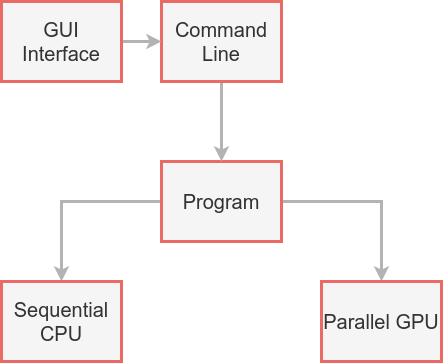
Before: materials/ProgressDiagram.png, a diagram exported from draw.io (chrishollandaise/parallel-n-body-simulation). Source tidied: cells renumbered, new cells last; positions are measured from the earlier drawing's top-left corner, leaving out a move shared by most shapes. The source it was exported from:
```xml
<mxGraphModel>
  <root>
    <mxCell id="0" />
    <mxCell id="1" parent="0" />
    <mxCell id="2" style="edgeStyle=orthogonalEdgeStyle;rounded=0;jettySize=auto;html=1;entryX=0.5;entryY=0;entryDx=0;entryDy=0;strokeColor=#B3B3B3;strokeWidth=3;" parent="1" edge="1" source="4" target="10">
      <mxGeometry relative="1" as="geometry" />
    </mxCell>
    <mxCell id="3" style="edgeStyle=orthogonalEdgeStyle;rounded=0;jettySize=auto;html=1;entryX=0.5;entryY=0;entryDx=0;entryDy=0;strokeColor=#B3B3B3;strokeWidth=3;" parent="1" edge="1" source="4" target="9">
      <mxGeometry relative="1" as="geometry" />
    </mxCell>
    <mxCell id="4" value="&lt;font style=&quot;font-size: 20px&quot;&gt;Program&lt;/font&gt;" style="rounded=0;whiteSpace=wrap;html=1;fillColor=#f5f5f5;strokeColor=#EA6B66;fontColor=#333333;strokeWidth=3;" parent="1" vertex="1">
      <mxGeometry x="160" y="160" width="120" height="80" as="geometry" />
    </mxCell>
    <mxCell id="5" style="edgeStyle=orthogonalEdgeStyle;rounded=0;jettySize=auto;html=1;entryX=0.5;entryY=0;entryDx=0;entryDy=0;strokeColor=#B3B3B3;strokeWidth=3;" parent="1" edge="1" source="6" target="4">
      <mxGeometry relative="1" as="geometry" />
    </mxCell>
    <mxCell id="6" value="&lt;font style=&quot;font-size: 20px&quot;&gt;Command Line&lt;/font&gt;" style="rounded=0;whiteSpace=wrap;html=1;fillColor=#f5f5f5;strokeColor=#EA6B66;fontColor=#333333;strokeWidth=3;" parent="1" vertex="1">
      <mxGeometry x="160" width="120" height="80" as="geometry" />
    </mxCell>
    <mxCell id="7" style="edgeStyle=orthogonalEdgeStyle;rounded=0;jettySize=auto;html=1;strokeWidth=3;strokeColor=#B3B3B3;" parent="1" edge="1" source="8" target="6">
      <mxGeometry relative="1" as="geometry" />
    </mxCell>
    <mxCell id="8" value="&lt;font style=&quot;font-size: 20px&quot;&gt;GUI Interface&lt;/font&gt;" style="rounded=0;whiteSpace=wrap;html=1;fillColor=#f5f5f5;strokeColor=#EA6B66;fontColor=#333333;strokeWidth=3;" parent="1" vertex="1">
      <mxGeometry width="120" height="80" as="geometry" />
    </mxCell>
    <mxCell id="9" value="&lt;font style=&quot;font-size: 20px&quot;&gt;Sequential CPU&lt;/font&gt;" style="rounded=0;whiteSpace=wrap;html=1;fillColor=#f5f5f5;strokeColor=#EA6B66;fontColor=#333333;strokeWidth=3;" parent="1" vertex="1">
      <mxGeometry y="280" width="120" height="80" as="geometry" />
    </mxCell>
    <mxCell id="10" value="&lt;span style=&quot;font-size: 20px&quot;&gt;Parallel GPU&lt;/span&gt;" style="rounded=0;whiteSpace=wrap;html=1;fillColor=#f5f5f5;strokeColor=#EA6B66;fontColor=#333333;strokeWidth=3;" parent="1" vertex="1">
      <mxGeometry x="320" y="280" width="120" height="80" as="geometry" />
    </mxCell>
  </root>
</mxGraphModel>
```
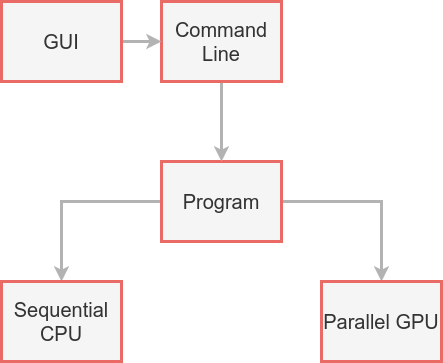
After the change.

The edit, as a diff of the source:
```diff
@@ -20,7 +20,7 @@
     <mxCell id="7" style="edgeStyle=orthogonalEdgeStyle;rounded=0;jettySize=auto;html=1;strokeWidth=3;strokeColor=#B3B3B3;" parent="1" edge="1" source="8" target="6">
       <mxGeometry relative="1" as="geometry" />
     </mxCell>
-    <mxCell id="8" value="&lt;font style=&quot;font-size: 20px&quot;&gt;GUI Interface&lt;/font&gt;" style="rounded=0;whiteSpace=wrap;html=1;fillColor=#f5f5f5;strokeColor=#EA6B66;fontColor=#333333;strokeWidth=3;" parent="1" vertex="1">
+    <mxCell id="8" value="&lt;font style=&quot;font-size: 20px&quot;&gt;GUI&lt;/font&gt;" style="rounded=0;whiteSpace=wrap;html=1;fillColor=#f5f5f5;strokeColor=#EA6B66;fontColor=#333333;strokeWidth=3;" parent="1" vertex="1">
       <mxGeometry width="120" height="80" as="geometry" />
     </mxCell>
     <mxCell id="9" value="&lt;font style=&quot;font-size: 20px&quot;&gt;Sequential CPU&lt;/font&gt;" style="rounded=0;whiteSpace=wrap;html=1;fillColor=#f5f5f5;strokeColor=#EA6B66;fontColor=#333333;strokeWidth=3;" parent="1" vertex="1">
```
